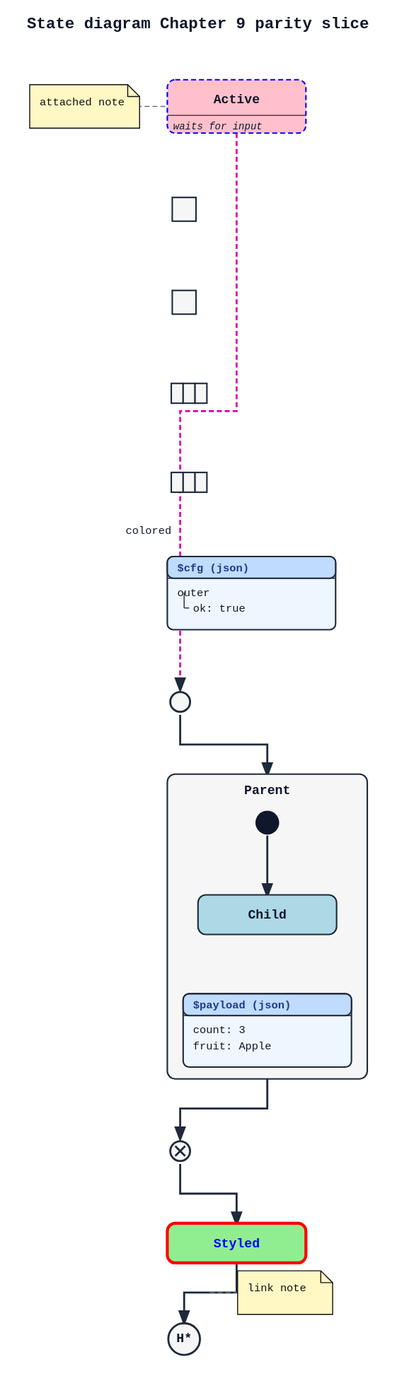
The PlantUML diagram docs/examples/state/12_ch09_parity.svg in alliecatowo/puml, before a commit. Its source is kept beside it as docs/examples/state/12_ch09_parity.puml. The source it was exported from:
```plantuml
@startuml
title State diagram Chapter 9 parity slice

state Active #pink ##[dashed]blue
Active : waits for input

state Styled #back:lightgreen;line:red;line.bold;text:blue

state Parent {
  [*] --> Child
  state Child #LightBlue
  json $payload {
    "fruit": "Apple",
    "count": 3
  }
}

state entry1 <<entryPoint>>
state exit1 <<exitPoint>>
state in1 <<inputPin>>
state out1 <<outputPin>>
state expIn <<expansionInput>>
state expOut <<expansionOutput>>
state Done[H*]

Active -[#DD00AA,dashed]-> entry1 : colored
entry1 --> Parent
Parent --> exit1
exit1 --> Styled
Styled --> Done[H*]

note left of Active: attached note
note on link: link note

json $cfg {
  "outer": {
    "ok": true
  }
}
@enduml
```
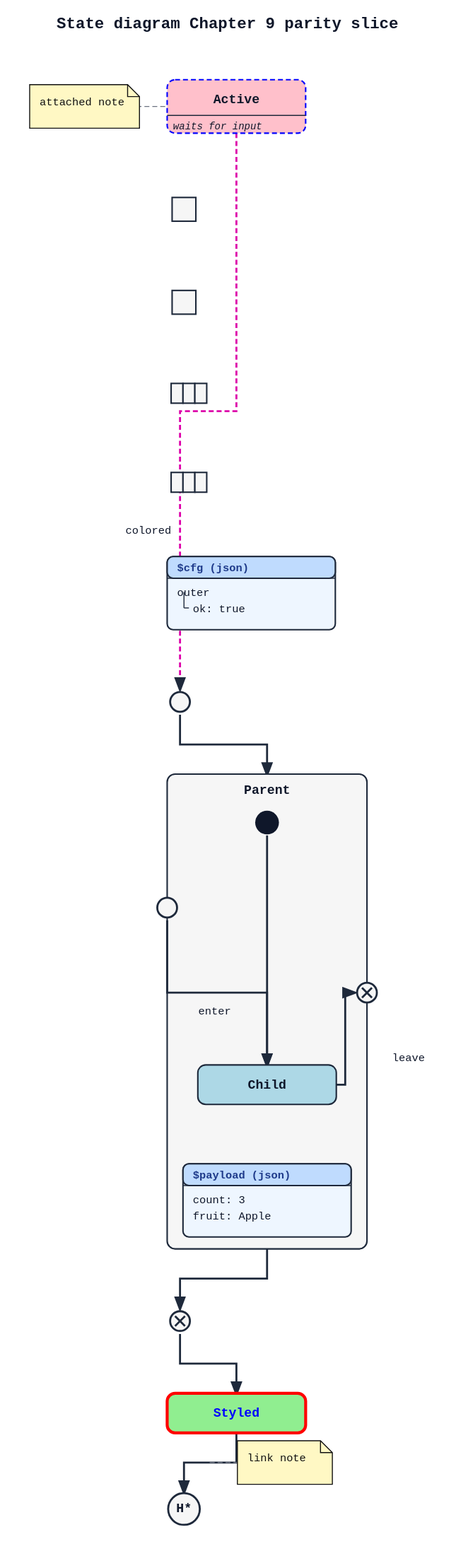
After the change.

Commit message:
feat(render): snap state entry points to boundaries

The edit, as a diff of the source:
```diff
@@ -7,8 +7,12 @@
 state Styled #back:lightgreen;line:red;line.bold;text:blue
 
 state Parent {
+  state entryIn <<entryPoint>>
+  state exitOut <<exitPoint>>
   [*] --> Child
+  entryIn --> Child : enter
   state Child #LightBlue
+  Child --> exitOut : leave
   json $payload {
     "fruit": "Apple",
     "count": 3
```
